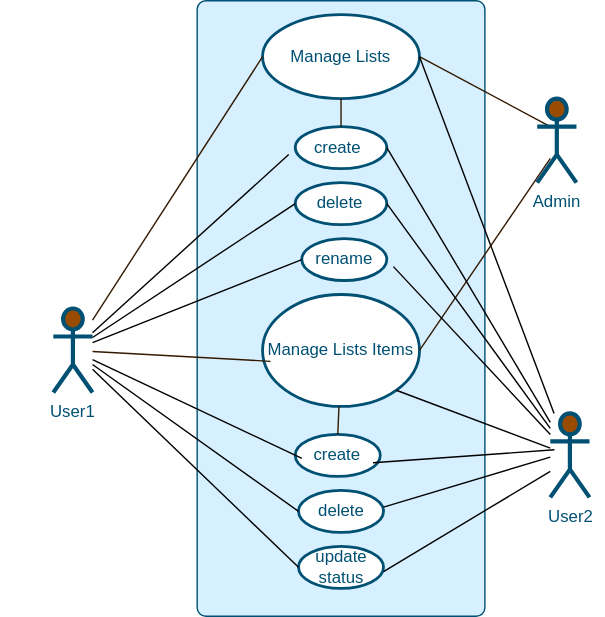
The draw.io diagram user-model.drawio.svg in Leona-a/the-little-helper, before a commit. Source tidied: cells renumbered, new cells last; positions are measured from the earlier drawing's top-left corner, leaving out a move shared by most shapes.
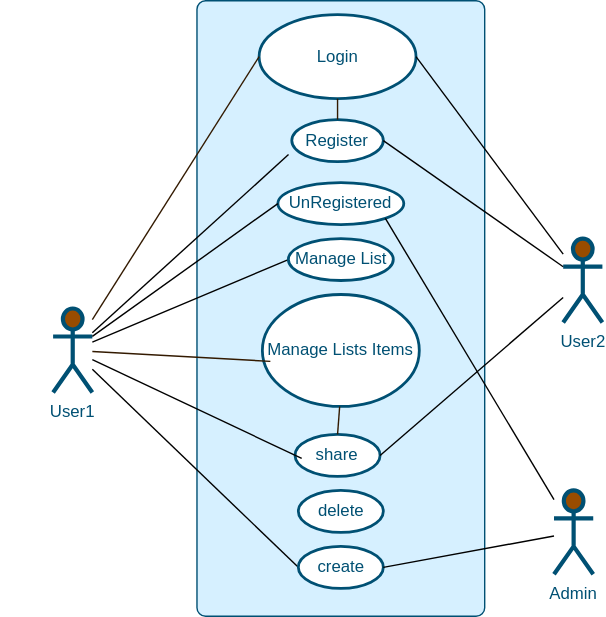
After the commit.

What changed in the source:
```diff
@@ -13,16 +13,14 @@
         <mxPoint x="205.7" y="110" as="targetPoint" />
       </mxGeometry>
     </mxCell>
+    <mxCell id="18" style="edgeStyle=none;html=1;entryX=0;entryY=0.5;entryDx=0;entryDy=0;endArrow=none;endFill=0;strokeColor=#000000;" parent="2" edge="1" source="5" target="17">
+      <mxGeometry relative="1" as="geometry" />
+    </mxCell>
     <mxCell id="5" value="User1" style="shape=umlActor;verticalLabelPosition=bottom;verticalAlign=top;html=1;outlineConnect=0;strokeColor=#005073;fillColor=#994C00;strokeWidth=3;fontColor=#005073;" parent="2" vertex="1">
       <mxGeometry x="37.4" y="220" width="28" height="60" as="geometry" />
     </mxCell>
-    <mxCell id="6" style="edgeStyle=none;shape=connector;rounded=1;html=1;entryX=0;entryY=0.5;entryDx=0;entryDy=0;entryPerimeter=0;labelBackgroundColor=default;fontFamily=Helvetica;fontSize=12;fontColor=#005073;endArrow=none;endFill=0;strokeColor=#331A00;exitX=1;exitY=0.5;exitDx=0;exitDy=0;" parent="2" edge="1" source="7">
-      <mxGeometry relative="1" as="geometry">
-        <mxPoint x="392.6" y="90" as="targetPoint" />
-      </mxGeometry>
-    </mxCell>
-    <mxCell id="7" value="&lt;font color=&quot;#005073&quot;&gt;Manage Lists&lt;/font&gt;" style="ellipse;whiteSpace=wrap;html=1;fillColor=#ffffff;strokeColor=#005073;strokeWidth=2;" parent="2" vertex="1">
-      <mxGeometry x="187" y="10" width="112.2" height="60" as="geometry" />
+    <mxCell id="7" value="&lt;span style=&quot;color: rgb(0 , 80 , 115)&quot;&gt;Login&lt;/span&gt;" style="ellipse;whiteSpace=wrap;html=1;fillColor=#ffffff;strokeColor=#005073;strokeWidth=2;" parent="2" vertex="1">
+      <mxGeometry x="184.6" y="10" width="112.2" height="60" as="geometry" />
     </mxCell>
     <mxCell id="8" style="edgeStyle=none;html=1;entryX=0;entryY=0.5;entryDx=0;entryDy=0;fontSize=12;fontColor=#005073;strokeColor=#331A00;endArrow=none;endFill=0;" parent="2" edge="1" source="5" target="7">
       <mxGeometry relative="1" as="geometry" />
@@ -36,30 +34,22 @@
     <mxCell id="11" style="edgeStyle=none;shape=connector;rounded=1;html=1;entryX=0.051;entryY=0.597;entryDx=0;entryDy=0;entryPerimeter=0;labelBackgroundColor=default;fontFamily=Helvetica;fontSize=12;fontColor=default;endArrow=none;endFill=0;strokeColor=#331A00;" parent="2" edge="1" source="5" target="10">
       <mxGeometry relative="1" as="geometry" />
     </mxCell>
-    <mxCell id="12" style="edgeStyle=none;shape=connector;rounded=1;html=1;entryX=1;entryY=0.5;entryDx=0;entryDy=0;labelBackgroundColor=default;fontFamily=Helvetica;fontSize=12;fontColor=default;endArrow=none;endFill=0;strokeColor=#331A00;" parent="2" edge="1" target="10">
-      <mxGeometry relative="1" as="geometry">
-        <mxPoint x="392.6" y="112.7" as="sourcePoint" />
-      </mxGeometry>
-    </mxCell>
-    <mxCell id="13" value="&lt;font color=&quot;#005073&quot;&gt;create&lt;/font&gt;&lt;span style=&quot;color: rgba(0 , 0 , 0 , 0) ; font-family: monospace ; font-size: 0px&quot;&gt;%3CmxGraphModel%3E%3Croot%3E%3CmxCell%20id%3D%220%22%2F%3E%3CmxCell%20id%3D%221%22%20parent%3D%220%22%2F%3E%3CmxCell%20id%3D%222%22%20value%3D%22%26lt%3Bfont%20color%3D%26quot%3B%23005073%26quot%3B%26gt%3BManage%20Lists%26lt%3B%2Ffont%26gt%3B%22%20style%3D%22ellipse%3BwhiteSpace%3Dwrap%3Bhtml%3D1%3BfillColor%3D%23ffffff%3BstrokeColor%3D%23005073%3BstrokeWidth%3D2%3B%22%20vertex%3D%221%22%20parent%3D%221%22%3E%3CmxGeometry%20x%3D%22330%22%20y%3D%22140%22%20width%3D%22120%22%20height%3D%2280%22%20as%3D%22geometry%22%2F%3E%3C%2FmxCell%3E%3C%2Froot%3E%3C%2FmxGraphModel%3E&lt;/span&gt;" style="ellipse;whiteSpace=wrap;html=1;fillColor=#ffffff;strokeColor=#005073;strokeWidth=2;" parent="2" vertex="1">
-      <mxGeometry x="210.3" y="90" width="65.4" height="30" as="geometry" />
+    <mxCell id="13" value="&lt;span style=&quot;color: rgb(0 , 80 , 115)&quot;&gt;Register&lt;/span&gt;" style="ellipse;whiteSpace=wrap;html=1;fillColor=#ffffff;strokeColor=#005073;strokeWidth=2;" parent="2" vertex="1">
+      <mxGeometry x="208" y="85" width="65.4" height="30" as="geometry" />
     </mxCell>
     <mxCell id="14" style="edgeStyle=none;shape=connector;rounded=1;html=1;entryX=0.5;entryY=0;entryDx=0;entryDy=0;labelBackgroundColor=default;fontFamily=Helvetica;fontSize=12;fontColor=default;endArrow=none;endFill=0;strokeColor=#331A00;" parent="2" edge="1" source="7" target="13">
       <mxGeometry relative="1" as="geometry" />
     </mxCell>
-    <mxCell id="15" value="&lt;font color=&quot;#005073&quot;&gt;delete&lt;/font&gt;" style="ellipse;whiteSpace=wrap;html=1;fillColor=#ffffff;strokeColor=#005073;strokeWidth=2;" parent="2" vertex="1">
-      <mxGeometry x="210.3" y="130" width="65.4" height="30" as="geometry" />
+    <mxCell id="15" value="&lt;font color=&quot;#005073&quot;&gt;UnRegistered&lt;/font&gt;" style="ellipse;whiteSpace=wrap;html=1;fillColor=#ffffff;strokeColor=#005073;strokeWidth=2;" parent="2" vertex="1">
+      <mxGeometry x="198" y="130" width="90" height="30" as="geometry" />
     </mxCell>
     <mxCell id="16" style="edgeStyle=none;html=1;entryX=0;entryY=0.5;entryDx=0;entryDy=0;endArrow=none;endFill=0;strokeColor=#000000;" parent="2" edge="1" source="5" target="15">
       <mxGeometry relative="1" as="geometry" />
     </mxCell>
-    <mxCell id="17" value="&lt;font color=&quot;#005073&quot;&gt;rename&lt;/font&gt;" style="ellipse;whiteSpace=wrap;html=1;fillColor=#ffffff;strokeColor=#005073;strokeWidth=2;" parent="2" vertex="1">
-      <mxGeometry x="215" y="170" width="60.8" height="30" as="geometry" />
+    <mxCell id="17" value="&lt;span style=&quot;color: rgb(0 , 80 , 115)&quot;&gt;Manage List&lt;/span&gt;" style="ellipse;whiteSpace=wrap;html=1;fillColor=#ffffff;strokeColor=#005073;strokeWidth=2;" parent="2" vertex="1">
+      <mxGeometry x="205.5" y="170" width="75" height="30" as="geometry" />
     </mxCell>
-    <mxCell id="18" style="edgeStyle=none;html=1;entryX=0;entryY=0.5;entryDx=0;entryDy=0;endArrow=none;endFill=0;strokeColor=#000000;" parent="2" edge="1" source="5" target="17">
-      <mxGeometry relative="1" as="geometry" />
-    </mxCell>
-    <mxCell id="19" value="&lt;font color=&quot;#005073&quot;&gt;create&lt;/font&gt;" style="ellipse;whiteSpace=wrap;html=1;fillColor=#ffffff;strokeColor=#005073;strokeWidth=2;" parent="2" vertex="1">
+    <mxCell id="19" value="&lt;span style=&quot;color: rgb(0 , 80 , 115)&quot;&gt;share&lt;/span&gt;" style="ellipse;whiteSpace=wrap;html=1;fillColor=#ffffff;strokeColor=#005073;strokeWidth=2;" parent="2" vertex="1">
       <mxGeometry x="210.3" y="310" width="60.8" height="30" as="geometry" />
     </mxCell>
     <mxCell id="20" style="edgeStyle=none;html=1;entryX=0.078;entryY=0.571;entryDx=0;entryDy=0;entryPerimeter=0;endArrow=none;endFill=0;strokeColor=#000000;" parent="2" edge="1" source="5" target="19">
@@ -71,53 +61,32 @@
     <mxCell id="22" value="&lt;font color=&quot;#005073&quot;&gt;delete&lt;/font&gt;" style="ellipse;whiteSpace=wrap;html=1;fillColor=#ffffff;strokeColor=#005073;strokeWidth=2;" parent="2" vertex="1">
       <mxGeometry x="212.7" y="350" width="60.8" height="30" as="geometry" />
     </mxCell>
-    <mxCell id="23" style="edgeStyle=none;html=1;entryX=0;entryY=0.5;entryDx=0;entryDy=0;endArrow=none;endFill=0;strokeColor=#000000;" parent="2" edge="1" source="5" target="22">
+    <mxCell id="23" style="edgeStyle=none;html=1;entryX=0;entryY=0.5;entryDx=0;entryDy=0;endArrow=none;endFill=0;strokeColor=#000000;" parent="2" edge="1" source="5" target="24">
       <mxGeometry relative="1" as="geometry" />
     </mxCell>
-    <mxCell id="24" value="&lt;font color=&quot;#005073&quot;&gt;update status&lt;/font&gt;" style="ellipse;whiteSpace=wrap;html=1;fillColor=#ffffff;strokeColor=#005073;strokeWidth=2;" parent="2" vertex="1">
+    <mxCell id="24" value="&lt;font color=&quot;#005073&quot;&gt;create&lt;/font&gt;" style="ellipse;whiteSpace=wrap;html=1;fillColor=#ffffff;strokeColor=#005073;strokeWidth=2;" parent="2" vertex="1">
       <mxGeometry x="212.7" y="390" width="60.8" height="30" as="geometry" />
     </mxCell>
-    <mxCell id="25" style="edgeStyle=none;html=1;entryX=0;entryY=0.5;entryDx=0;entryDy=0;endArrow=none;endFill=0;strokeColor=#000000;" parent="2" edge="1" source="5" target="24">
-      <mxGeometry relative="1" as="geometry" />
-    </mxCell>
-    <mxCell id="26" value="Admin" style="shape=umlActor;verticalLabelPosition=bottom;verticalAlign=top;html=1;outlineConnect=0;strokeColor=#005073;fillColor=#994C00;strokeWidth=3;fontColor=#005073;" parent="2" vertex="1">
-      <mxGeometry x="383.3" y="70" width="28" height="60" as="geometry" />
-    </mxCell>
-    <mxCell id="27" style="edgeStyle=none;html=1;entryX=1;entryY=0.5;entryDx=0;entryDy=0;endArrow=none;endFill=0;strokeColor=#000000;" parent="2" edge="1">
-      <mxGeometry relative="1" as="geometry">
-        <mxPoint x="392.6" y="326.2" as="sourcePoint" />
-        <mxPoint x="273.4" y="362" as="targetPoint" />
-      </mxGeometry>
-    </mxCell>
-    <mxCell id="28" style="edgeStyle=none;html=1;entryX=1;entryY=1;entryDx=0;entryDy=0;endArrow=none;endFill=0;strokeColor=#000000;" parent="2" edge="1">
-      <mxGeometry relative="1" as="geometry">
-        <mxPoint x="395.6" y="321" as="sourcePoint" />
-        <mxPoint x="265.9" y="330.2" as="targetPoint" />
-      </mxGeometry>
-    </mxCell>
-    <mxCell id="29" style="edgeStyle=none;html=1;entryX=1;entryY=1;entryDx=0;entryDy=0;endArrow=none;endFill=0;strokeColor=#000000;" parent="2" edge="1" source="34" target="10">
-      <mxGeometry relative="1" as="geometry" />
-    </mxCell>
-    <mxCell id="30" style="edgeStyle=none;html=1;entryX=0.682;entryY=0.432;entryDx=0;entryDy=0;entryPerimeter=0;endArrow=none;endFill=0;strokeColor=#000000;" parent="2" edge="1" source="34" target="3">
-      <mxGeometry relative="1" as="geometry" />
-    </mxCell>
-    <mxCell id="31" style="edgeStyle=none;html=1;entryX=1;entryY=0.5;entryDx=0;entryDy=0;endArrow=none;endFill=0;strokeColor=#000000;" parent="2" edge="1" source="34" target="15">
-      <mxGeometry relative="1" as="geometry" />
-    </mxCell>
-    <mxCell id="32" style="edgeStyle=none;html=1;entryX=1;entryY=0.5;entryDx=0;entryDy=0;endArrow=none;endFill=0;strokeColor=#000000;" parent="2" edge="1" source="34" target="13">
-      <mxGeometry relative="1" as="geometry" />
-    </mxCell>
+    <mxCell id="36" style="edgeStyle=none;html=1;endArrow=none;endFill=0;strokeColor=#000000;entryX=1;entryY=0.5;entryDx=0;entryDy=0;" parent="2" edge="1" source="34" target="19">
+      <mxGeometry relative="1" as="geometry" />
+    </mxCell>
     <mxCell id="33" style="edgeStyle=none;html=1;entryX=1;entryY=0.5;entryDx=0;entryDy=0;endArrow=none;endFill=0;strokeColor=#000000;" parent="2" edge="1" source="34" target="7">
       <mxGeometry relative="1" as="geometry" />
     </mxCell>
     <mxCell id="34" value="User2" style="shape=umlActor;verticalLabelPosition=bottom;verticalAlign=top;html=1;outlineConnect=0;strokeColor=#005073;fillColor=#994C00;strokeWidth=3;fontColor=#005073;" parent="2" vertex="1">
-      <mxGeometry x="392.6" y="295" width="28" height="60" as="geometry" />
+      <mxGeometry x="402" y="170" width="28" height="60" as="geometry" />
     </mxCell>
-    <mxCell id="35" style="html=1;entryX=1;entryY=0.5;entryDx=0;entryDy=0;strokeColor=#000000;endArrow=none;endFill=0;" parent="2" edge="1">
-      <mxGeometry relative="1" as="geometry">
-        <mxPoint x="392.6" y="336.4" as="sourcePoint" />
-        <mxPoint x="273.4" y="408" as="targetPoint" />
-      </mxGeometry>
-    </mxCell>
+    <mxCell id="32" style="edgeStyle=none;html=1;entryX=1;entryY=0.5;entryDx=0;entryDy=0;strokeColor=#000000;endArrow=none;endFill=0;" parent="2" edge="1" source="34" target="13">
+      <mxGeometry relative="1" as="geometry" />
+    </mxCell>
+    <mxCell id="37" style="edgeStyle=none;html=1;entryX=1;entryY=1;entryDx=0;entryDy=0;endArrow=none;endFill=0;strokeColor=#000000;" parent="2" edge="1" source="26" target="15">
+      <mxGeometry relative="1" as="geometry" />
+    </mxCell>
+    <mxCell id="38" style="edgeStyle=none;html=1;endArrow=none;endFill=0;strokeColor=#000000;entryX=1;entryY=0.5;entryDx=0;entryDy=0;" parent="2" edge="1" source="26" target="24">
+      <mxGeometry relative="1" as="geometry" />
+    </mxCell>
+    <mxCell id="26" value="Admin" style="shape=umlActor;verticalLabelPosition=bottom;verticalAlign=top;html=1;outlineConnect=0;strokeColor=#005073;fillColor=#994C00;strokeWidth=3;fontColor=#005073;" parent="2" vertex="1">
+      <mxGeometry x="395.4" y="350" width="28" height="60" as="geometry" />
+    </mxCell>
   </root>
 </mxGraphModel>
```
